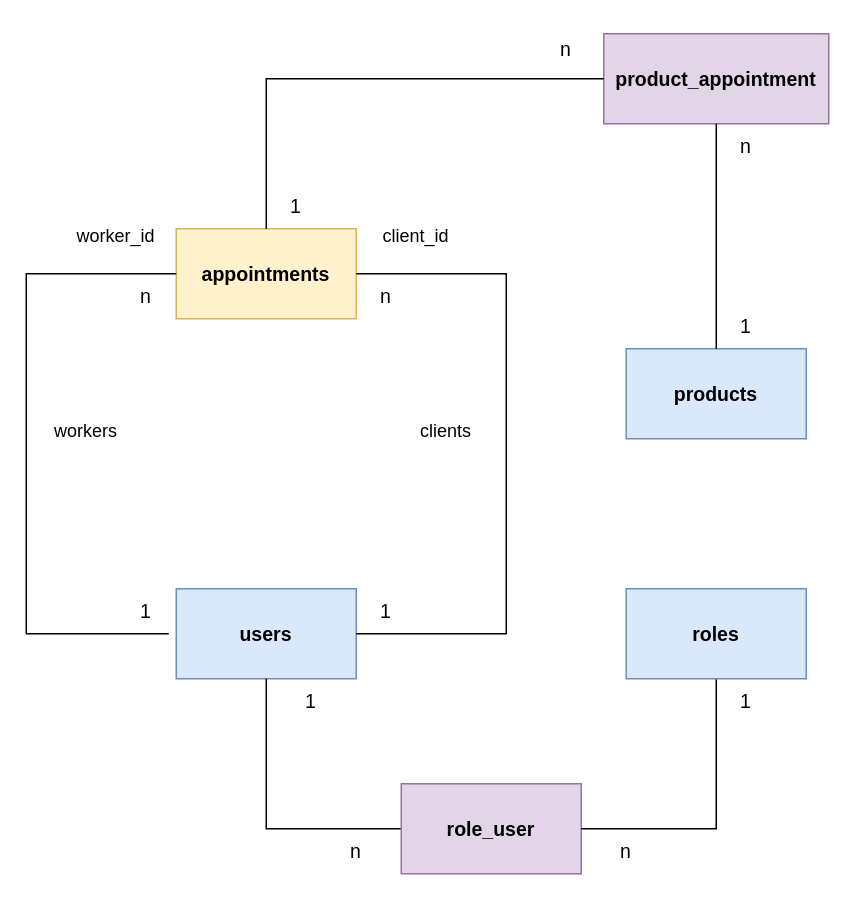
Before: relaciones tablas/relaciones entre tablas.drawio in AndresLabat/Proyecto4estudioDeTatuajes, a draw.io diagram. Source tidied: cells renumbered, new cells numbered last; positions are measured from the earlier drawing's top-left corner, leaving out a move shared by most shapes. Both pictures are drawn from the tidied source at 150%, with x=0, y=0 at pixel (26, 26).
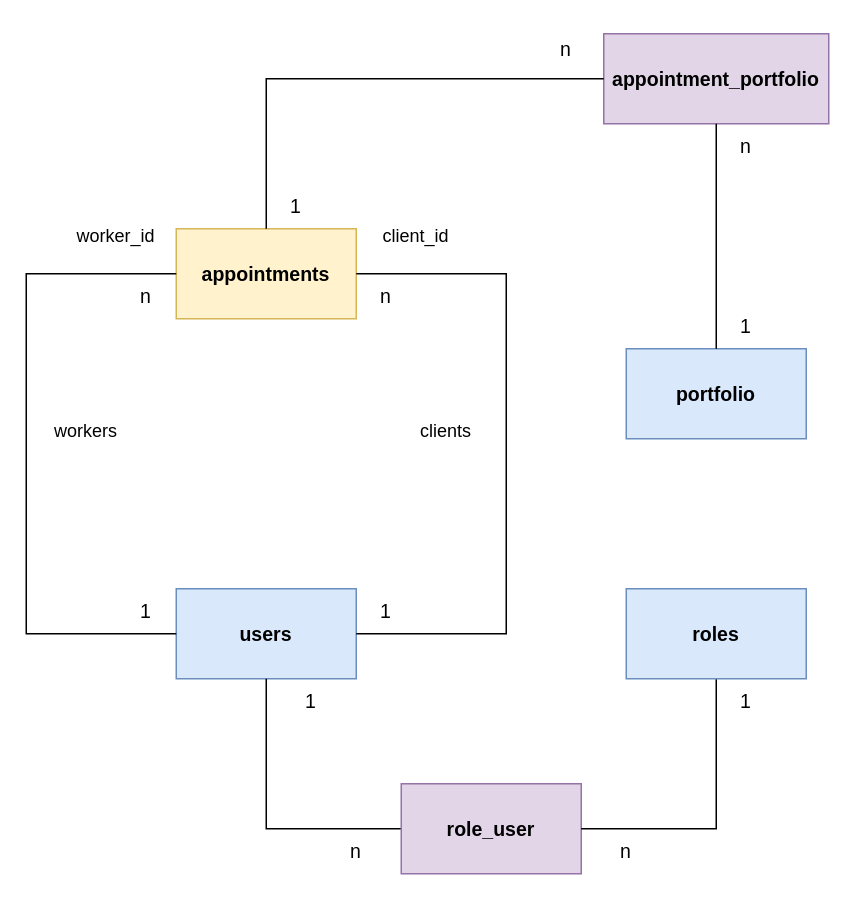
The same diagram, later.

Unchanged cells that the change refers to:
```xml
<mxCell id="2" value="users" style="rounded=0;whiteSpace=wrap;html=1;fontStyle=1;fillColor=#dae8fc;strokeColor=#6c8ebf;fontSize=13;" parent="1" vertex="1">
  <mxGeometry x="100" y="375" width="120" height="60" as="geometry" />
</mxCell>
<mxCell id="12" value="1" style="text;html=1;strokeColor=none;fillColor=none;align=center;verticalAlign=middle;whiteSpace=wrap;rounded=0;fontSize=13;" parent="1" vertex="1">
  <mxGeometry x="50" y="375" width="60" height="30" as="geometry" />
</mxCell>
<mxCell id="13" value="appointments" style="rounded=0;whiteSpace=wrap;html=1;fillColor=#fff2cc;strokeColor=#d6b656;fontStyle=1;fontSize=13;" parent="1" vertex="1">
  <mxGeometry x="100" y="135" width="120" height="60" as="geometry" />
</mxCell>
```

The edit, as a diff of the source:
```diff
@@
-    <mxCell id="14" style="endArrow=none;html=1;rounded=0;entryX=0;entryY=0.5;entryDx=0;entryDy=0;exitX=0.75;exitY=1;exitDx=0;exitDy=0;" parent="1" edge="1" source="12" target="13">
+    <mxCell id="14" style="endArrow=none;html=1;rounded=0;entryX=0;entryY=0.5;entryDx=0;entryDy=0;exitX=0;exitY=0.5;exitDx=0;exitDy=0;" parent="1" edge="1" source="2" target="13">
       <mxGeometry relative="1" as="geometry">
         <Array as="points">
           <mxPoint y="405" />
           <mxPoint y="165" />
         </Array>
       </mxGeometry>
     </mxCell>
@@
-    <mxCell id="18" value="product_appointment" style="rounded=0;whiteSpace=wrap;html=1;fillColor=#e1d5e7;strokeColor=#9673a6;fontStyle=1;fontSize=13;" parent="1" vertex="1">
+    <mxCell id="18" value="appointment_portfolio" style="rounded=0;whiteSpace=wrap;html=1;fillColor=#e1d5e7;strokeColor=#9673a6;fontStyle=1;fontSize=13;" parent="1" vertex="1">
       <mxGeometry x="385" y="5" width="150" height="60" as="geometry" />
     </mxCell>
-    <mxCell id="19" value="products" style="rounded=0;whiteSpace=wrap;html=1;fillColor=#dae8fc;strokeColor=#6c8ebf;fontStyle=1;fontSize=13;" parent="1" vertex="1">
+    <mxCell id="19" value="portfolio" style="rounded=0;whiteSpace=wrap;html=1;fillColor=#dae8fc;strokeColor=#6c8ebf;fontStyle=1;fontSize=13;" parent="1" vertex="1">
       <mxGeometry x="400" y="215" width="120" height="60" as="geometry" />
     </mxCell>
```
